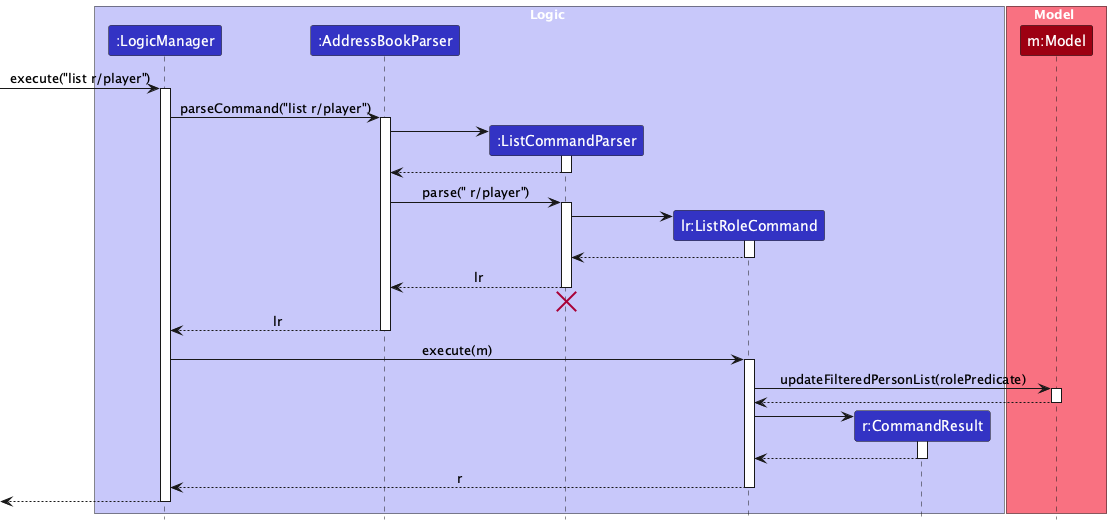
This is docs/images/ListRoleSequenceDiagram.png from AY2526S2-CS2103-F08-2/tp, a PlantUML export, as it was before one commit.
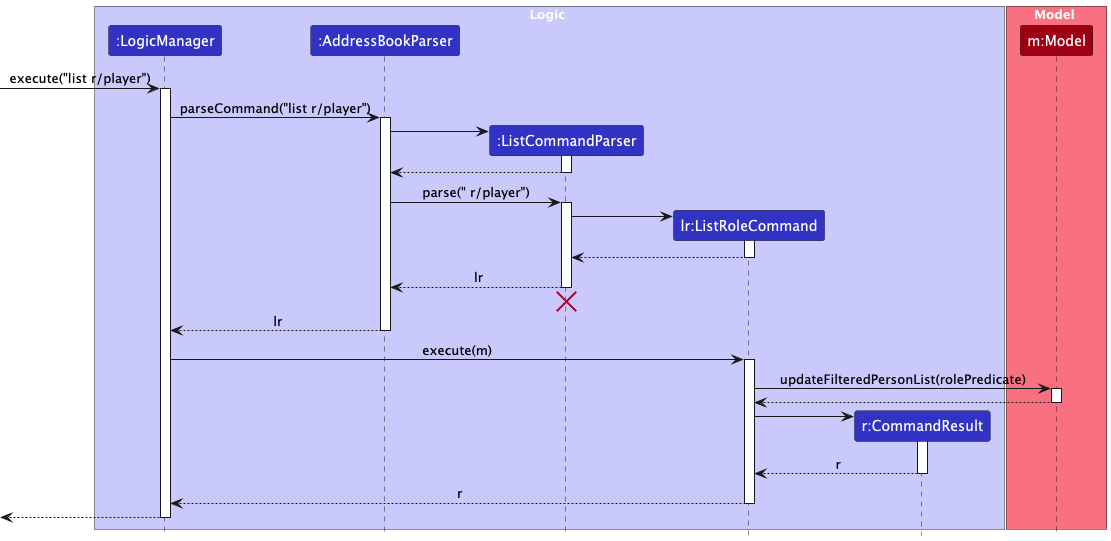
Later version of the same file.

Commit message:
docs: add return value for list role uml

Diff of the diagram source:
```diff
@@ -56,7 +56,7 @@
 create CommandResult
 ListRoleCommand -> CommandResult
 activate CommandResult
-CommandResult --> ListRoleCommand
+CommandResult --> ListRoleCommand : r
 deactivate CommandResult
 
 ListRoleCommand --> LogicManager : r
```
